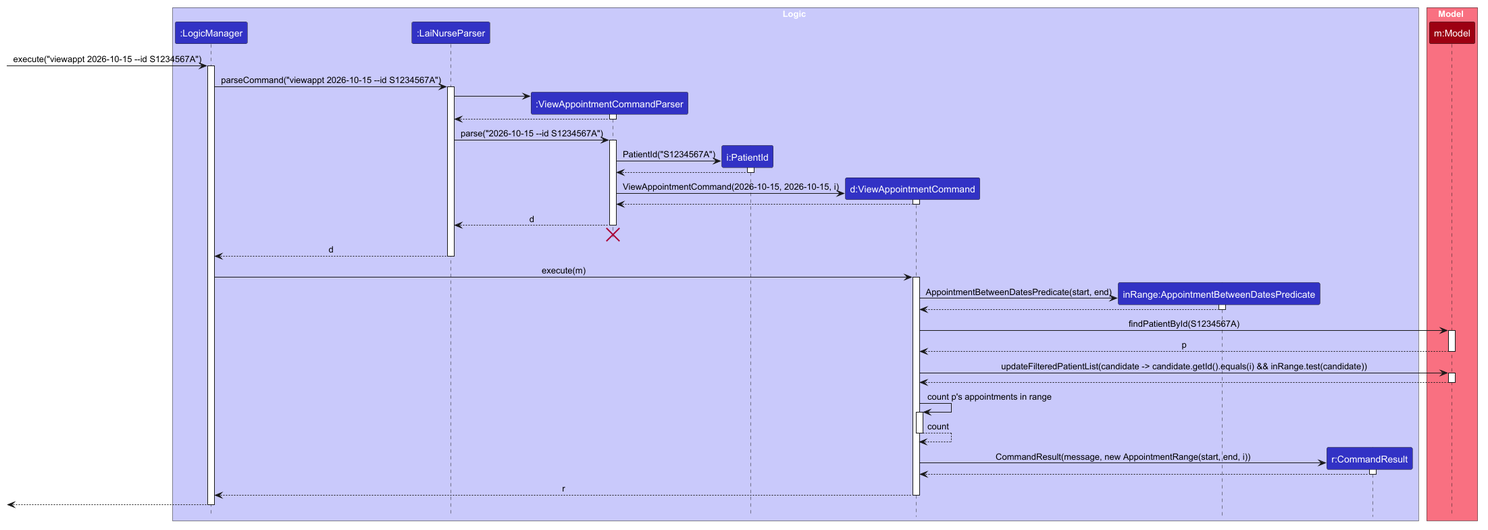
Above: docs/images/ViewAppointmentSequenceDiagram.png in AY2627S1-CS2103T-F08-2/tp (PlantUML), before the change.
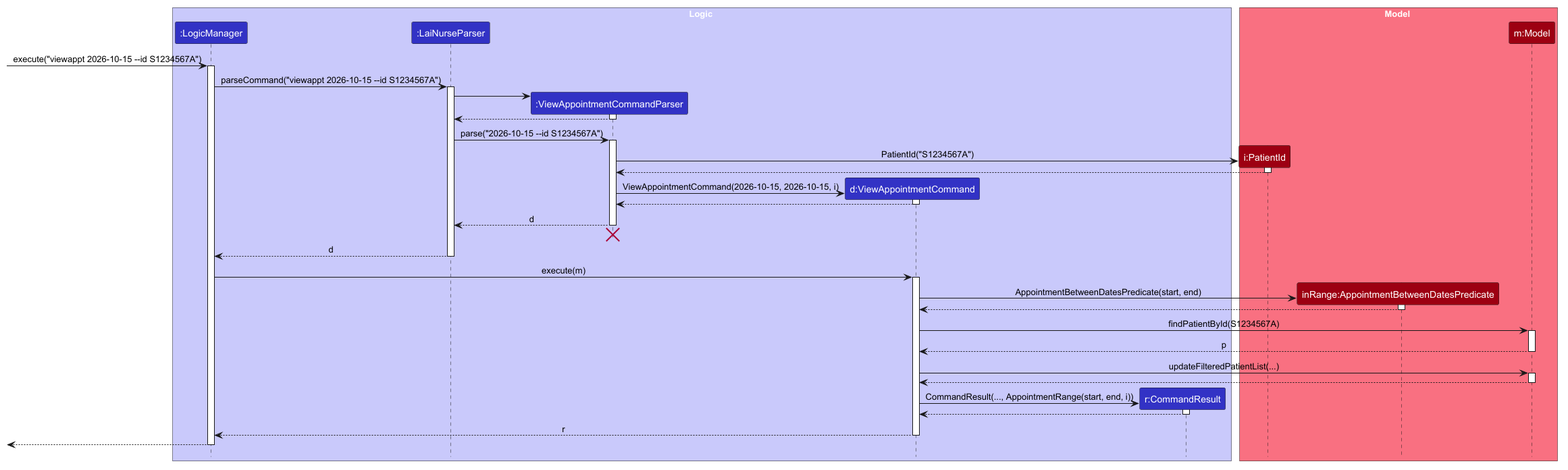
After the commit.

Commit message:
Regenrate viewappt sequence diagram

What changed in the source:
```diff
@@ -6,13 +6,13 @@
 participant ":LogicManager" as LogicManager LOGIC_COLOR
 participant ":LaiNurseParser" as LaiNurseParser LOGIC_COLOR
 participant ":ViewAppointmentCommandParser" as ViewAppointmentCommandParser LOGIC_COLOR
-participant "i:PatientId" as PatientId LOGIC_COLOR
 participant "d:ViewAppointmentCommand" as ViewAppointmentCommand LOGIC_COLOR
-participant "inRange:AppointmentBetweenDatesPredicate" as AppointmentBetweenDatesPredicate LOGIC_COLOR
 participant "r:CommandResult" as CommandResult LOGIC_COLOR
 end box
 
 box Model MODEL_COLOR_T1
+participant "i:PatientId" as PatientId MODEL_COLOR
+participant "inRange:AppointmentBetweenDatesPredicate" as AppointmentBetweenDatesPredicate MODEL_COLOR
 participant "m:Model" as Model MODEL_COLOR
 end box
 
@@ -70,20 +70,14 @@
 Model --> ViewAppointmentCommand : p
 deactivate Model
 
-ViewAppointmentCommand -> Model : updateFilteredPatientList(candidate -> candidate.getId().equals(i) && inRange.test(candidate))
+ViewAppointmentCommand -> Model : updateFilteredPatientList(...)
 activate Model
 
 Model --> ViewAppointmentCommand
 deactivate Model
 
-ViewAppointmentCommand -> ViewAppointmentCommand : count p's appointments in range
-activate ViewAppointmentCommand
-
-ViewAppointmentCommand --> ViewAppointmentCommand : count
-deactivate ViewAppointmentCommand
-
 create CommandResult
-ViewAppointmentCommand -> CommandResult : CommandResult(message, new AppointmentRange(start, end, i))
+ViewAppointmentCommand -> CommandResult : CommandResult(..., AppointmentRange(start, end, i))
 activate CommandResult
 
 CommandResult --> ViewAppointmentCommand
```
